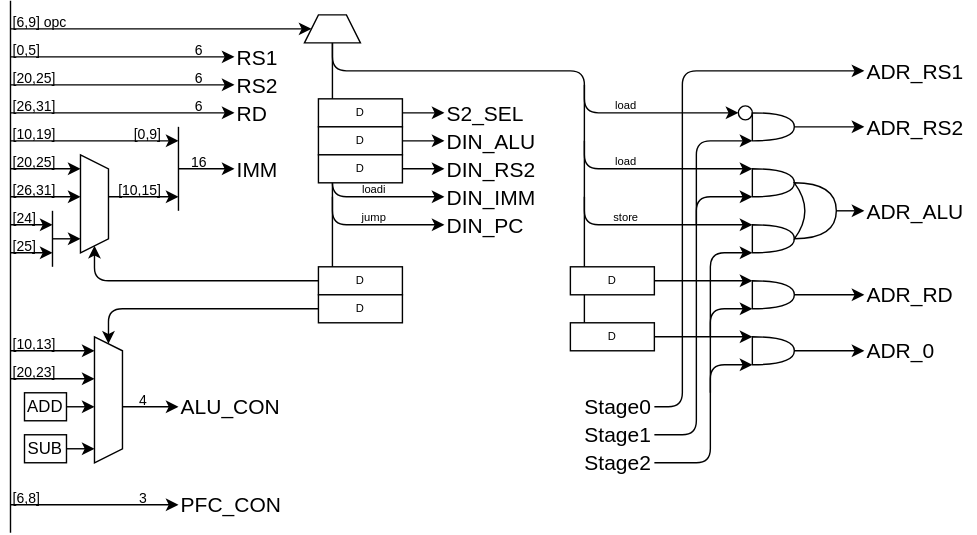
Above: Lab/Computer/Micon/01_CPU/img/decoder.dio.svg in amane-uehara/kanade-k-1228.github.io (draw.io), before the change. Source tidied: cells renumbered, new cells last; positions are measured from the earlier drawing's top-left corner, leaving out a move shared by most shapes.
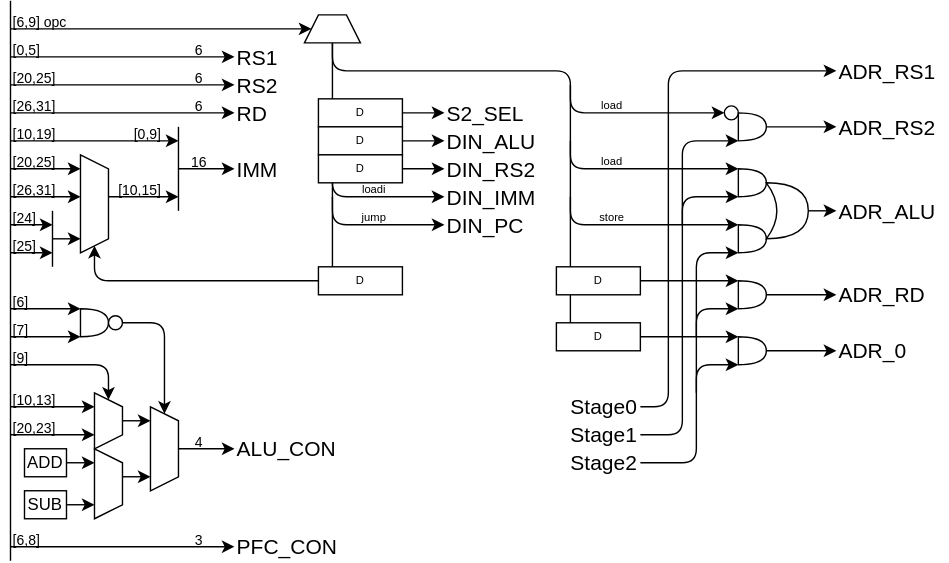
Later version of the same file.

Change to the diagram source:
```diff
@@ -6,6 +6,6 @@
       <mxGeometry relative="1" as="geometry">
-        <mxPoint x="410" y="250" as="sourcePoint" />
+        <mxPoint x="400" y="250" as="sourcePoint" />
         <mxPoint x="230" y="30" as="targetPoint" />
         <Array as="points">
-          <mxPoint x="410" y="50" />
+          <mxPoint x="400" y="50" />
           <mxPoint x="230" y="50" />
@@ -16,3 +16,3 @@
       <mxGeometry relative="1" as="geometry">
-        <mxPoint x="230" y="220" as="sourcePoint" />
+        <mxPoint x="230" y="200" as="sourcePoint" />
         <mxPoint x="230" y="30" as="targetPoint" />
@@ -79,7 +79,7 @@
       <mxGeometry relative="1" as="geometry">
-        <mxPoint x="460" y="290" as="sourcePoint" />
-        <mxPoint x="610" y="50" as="targetPoint" />
+        <mxPoint x="450" y="290" as="sourcePoint" />
+        <mxPoint x="590" y="50" as="targetPoint" />
         <Array as="points">
-          <mxPoint x="480" y="290" />
-          <mxPoint x="480" y="50" />
+          <mxPoint x="470" y="290" />
+          <mxPoint x="470" y="50" />
         </Array>
@@ -88,3 +88,3 @@
     <mxCell id="17" value="ADR_RS1" style="text;html=1;strokeColor=none;fillColor=none;align=left;verticalAlign=middle;whiteSpace=wrap;rounded=0;fontSize=15;" parent="1" vertex="1">
-      <mxGeometry x="610" y="40" width="80" height="20" as="geometry" />
+      <mxGeometry x="590" y="40" width="80" height="20" as="geometry" />
     </mxCell>
@@ -95,4 +95,4 @@
       <mxGeometry relative="1" as="geometry">
-        <mxPoint x="80" y="290" as="sourcePoint" />
-        <mxPoint x="120" y="290" as="targetPoint" />
+        <mxPoint x="120" y="320" as="sourcePoint" />
+        <mxPoint x="160" y="320" as="targetPoint" />
       </mxGeometry>
@@ -100,3 +100,3 @@
     <mxCell id="20" value="ALU_CON" style="text;html=1;strokeColor=none;fillColor=none;align=left;verticalAlign=middle;whiteSpace=wrap;rounded=0;fontSize=15;" parent="1" vertex="1">
-      <mxGeometry x="120" y="280" width="80" height="20" as="geometry" />
+      <mxGeometry x="160" y="310" width="80" height="20" as="geometry" />
     </mxCell>
@@ -104,4 +104,4 @@
       <mxGeometry relative="1" as="geometry">
-        <mxPoint y="360" as="sourcePoint" />
-        <mxPoint x="120" y="360" as="targetPoint" />
+        <mxPoint y="390" as="sourcePoint" />
+        <mxPoint x="160" y="390" as="targetPoint" />
       </mxGeometry>
@@ -109,3 +109,3 @@
     <mxCell id="22" value="PFC_CON" style="text;html=1;strokeColor=none;fillColor=none;align=left;verticalAlign=middle;whiteSpace=wrap;rounded=0;fontSize=15;" parent="1" vertex="1">
-      <mxGeometry x="120" y="350" width="80" height="20" as="geometry" />
+      <mxGeometry x="160" y="380" width="80" height="20" as="geometry" />
     </mxCell>
@@ -124,6 +124,6 @@
     <mxCell id="27" value="4" style="text;html=1;strokeColor=none;fillColor=none;align=center;verticalAlign=middle;whiteSpace=wrap;rounded=0;fontSize=10;" parent="1" vertex="1">
-      <mxGeometry x="90" y="280" width="10" height="10" as="geometry" />
+      <mxGeometry x="130" y="310" width="10" height="10" as="geometry" />
     </mxCell>
     <mxCell id="28" value="3" style="text;html=1;strokeColor=none;fillColor=none;align=center;verticalAlign=middle;whiteSpace=wrap;rounded=0;fontSize=10;" parent="1" vertex="1">
-      <mxGeometry x="90" y="350" width="10" height="10" as="geometry" />
+      <mxGeometry x="130" y="380" width="10" height="10" as="geometry" />
     </mxCell>
@@ -131,3 +131,3 @@
       <mxGeometry relative="1" as="geometry">
-        <mxPoint y="380" as="sourcePoint" />
+        <mxPoint y="400" as="sourcePoint" />
         <mxPoint as="targetPoint" />
@@ -214,3 +214,3 @@
     <mxCell id="48" value="[6,8]" style="text;html=1;strokeColor=none;fillColor=none;align=left;verticalAlign=middle;whiteSpace=wrap;rounded=0;fontSize=10;" parent="1" vertex="1">
-      <mxGeometry y="350" width="20" height="10" as="geometry" />
+      <mxGeometry y="380" width="20" height="10" as="geometry" />
     </mxCell>
@@ -218,4 +218,4 @@
       <mxGeometry relative="1" as="geometry">
-        <mxPoint x="560" y="90" as="sourcePoint" />
-        <mxPoint x="610" y="90" as="targetPoint" />
+        <mxPoint x="540" y="90" as="sourcePoint" />
+        <mxPoint x="590" y="90" as="targetPoint" />
       </mxGeometry>
@@ -223,9 +223,9 @@
     <mxCell id="50" value="ADR_RS2" style="text;html=1;strokeColor=none;fillColor=none;align=left;verticalAlign=middle;whiteSpace=wrap;rounded=0;fontSize=15;" parent="1" vertex="1">
-      <mxGeometry x="610" y="80" width="80" height="20" as="geometry" />
+      <mxGeometry x="590" y="80" width="80" height="20" as="geometry" />
     </mxCell>
     <mxCell id="51" value="ADR_RD" style="text;html=1;strokeColor=none;fillColor=none;align=left;verticalAlign=middle;whiteSpace=wrap;rounded=0;fontSize=15;" parent="1" vertex="1">
-      <mxGeometry x="610" y="200" width="80" height="20" as="geometry" />
+      <mxGeometry x="590" y="200" width="80" height="20" as="geometry" />
     </mxCell>
     <mxCell id="52" value="ADR_ALU" style="text;html=1;strokeColor=none;fillColor=none;align=left;verticalAlign=middle;whiteSpace=wrap;rounded=0;fontSize=15;" parent="1" vertex="1">
-      <mxGeometry x="610" y="140" width="80" height="20" as="geometry" />
+      <mxGeometry x="590" y="140" width="80" height="20" as="geometry" />
     </mxCell>
@@ -233,4 +233,4 @@
       <mxGeometry relative="1" as="geometry">
-        <mxPoint x="460" y="240" as="sourcePoint" />
-        <mxPoint x="530" y="240" as="targetPoint" />
+        <mxPoint x="450" y="240" as="sourcePoint" />
+        <mxPoint x="520" y="240" as="targetPoint" />
       </mxGeometry>
@@ -238,3 +238,3 @@
     <mxCell id="54" value="ADR_0" style="text;html=1;strokeColor=none;fillColor=none;align=left;verticalAlign=middle;whiteSpace=wrap;rounded=0;fontSize=15;" parent="1" vertex="1">
-      <mxGeometry x="610" y="240" width="80" height="20" as="geometry" />
+      <mxGeometry x="590" y="240" width="80" height="20" as="geometry" />
     </mxCell>
@@ -262,3 +262,3 @@
     <mxCell id="61" style="shape=trapezoid;perimeter=trapezoidPerimeter;whiteSpace=wrap;html=1;fixedSize=1;direction=south;size=9.999999999999943;" parent="1" vertex="1">
-      <mxGeometry x="60" y="240" width="20" height="90" as="geometry" />
+      <mxGeometry x="60" y="280" width="20" height="40" as="geometry" />
     </mxCell>
@@ -266,4 +266,4 @@
       <mxGeometry relative="1" as="geometry">
-        <mxPoint y="250" as="sourcePoint" />
-        <mxPoint x="60" y="250" as="targetPoint" />
+        <mxPoint y="290" as="sourcePoint" />
+        <mxPoint x="60" y="290" as="targetPoint" />
       </mxGeometry>
@@ -271,6 +271,6 @@
     <mxCell id="63" value="[10,13]" style="text;html=1;strokeColor=none;fillColor=none;align=left;verticalAlign=middle;whiteSpace=wrap;rounded=0;fontSize=10;" parent="1" vertex="1">
-      <mxGeometry y="240" width="40" height="10" as="geometry" />
+      <mxGeometry y="280" width="40" height="10" as="geometry" />
     </mxCell>
     <mxCell id="64" value="[20,23]" style="text;html=1;strokeColor=none;fillColor=none;align=left;verticalAlign=middle;whiteSpace=wrap;rounded=0;fontSize=10;" parent="1" vertex="1">
-      <mxGeometry y="260" width="40" height="10" as="geometry" />
+      <mxGeometry y="300" width="40" height="10" as="geometry" />
     </mxCell>
@@ -278,4 +278,4 @@
       <mxGeometry relative="1" as="geometry">
-        <mxPoint y="270" as="sourcePoint" />
-        <mxPoint x="60" y="270" as="targetPoint" />
+        <mxPoint y="310" as="sourcePoint" />
+        <mxPoint x="60" y="310" as="targetPoint" />
       </mxGeometry>
@@ -284,4 +284,4 @@
       <mxGeometry relative="1" as="geometry">
-        <mxPoint x="40" y="290" as="sourcePoint" />
-        <mxPoint x="60" y="290" as="targetPoint" />
+        <mxPoint x="40" y="330" as="sourcePoint" />
+        <mxPoint x="60" y="330" as="targetPoint" />
       </mxGeometry>
@@ -289,3 +289,3 @@
     <mxCell id="67" value="ADD" style="rounded=0;whiteSpace=wrap;html=1;" parent="1" vertex="1">
-      <mxGeometry x="10" y="280" width="30" height="20" as="geometry" />
+      <mxGeometry x="10" y="320" width="30" height="20" as="geometry" />
     </mxCell>
@@ -293,4 +293,4 @@
       <mxGeometry relative="1" as="geometry">
-        <mxPoint x="40" y="320" as="sourcePoint" />
-        <mxPoint x="60" y="320" as="targetPoint" />
+        <mxPoint x="40" y="360" as="sourcePoint" />
+        <mxPoint x="60" y="360" as="targetPoint" />
       </mxGeometry>
@@ -298,3 +298,3 @@
     <mxCell id="69" value="SUB" style="rounded=0;whiteSpace=wrap;html=1;" parent="1" vertex="1">
-      <mxGeometry x="10" y="310" width="30" height="20" as="geometry" />
+      <mxGeometry x="10" y="350" width="30" height="20" as="geometry" />
     </mxCell>
@@ -302,6 +302,6 @@
       <mxGeometry relative="1" as="geometry">
-        <mxPoint x="220" y="220" as="sourcePoint" />
-        <mxPoint x="70" y="245" as="targetPoint" />
+        <mxPoint y="260" as="sourcePoint" />
+        <mxPoint x="70" y="285" as="targetPoint" />
         <Array as="points">
-          <mxPoint x="70" y="220" />
+          <mxPoint x="70" y="260" />
         </Array>
@@ -311,6 +311,6 @@
       <mxGeometry relative="1" as="geometry">
-        <mxPoint x="410" y="60" as="sourcePoint" />
-        <mxPoint x="520" y="80" as="targetPoint" />
+        <mxPoint x="400" y="60" as="sourcePoint" />
+        <mxPoint x="510" y="80" as="targetPoint" />
         <Array as="points">
-          <mxPoint x="410" y="80" />
+          <mxPoint x="400" y="80" />
         </Array>
@@ -319,9 +319,9 @@
     <mxCell id="72" value="load" style="text;html=1;strokeColor=none;fillColor=none;align=center;verticalAlign=middle;whiteSpace=wrap;rounded=0;fontSize=8;" parent="1" vertex="1">
-      <mxGeometry x="430" y="70" width="20" height="10" as="geometry" />
+      <mxGeometry x="420" y="70" width="20" height="10" as="geometry" />
     </mxCell>
     <mxCell id="73" style="ellipse;whiteSpace=wrap;html=1;fontSize=8;" parent="1" vertex="1">
-      <mxGeometry x="520" y="75" width="10" height="10" as="geometry" />
+      <mxGeometry x="510" y="75" width="10" height="10" as="geometry" />
     </mxCell>
     <mxCell id="74" value="load" style="text;html=1;strokeColor=none;fillColor=none;align=center;verticalAlign=middle;whiteSpace=wrap;rounded=0;fontSize=8;" parent="1" vertex="1">
-      <mxGeometry x="430" y="110" width="20" height="10" as="geometry" />
+      <mxGeometry x="420" y="110" width="20" height="10" as="geometry" />
     </mxCell>
@@ -329,6 +329,6 @@
       <mxGeometry relative="1" as="geometry">
-        <mxPoint x="410" y="100" as="sourcePoint" />
-        <mxPoint x="530" y="120" as="targetPoint" />
+        <mxPoint x="400" y="100" as="sourcePoint" />
+        <mxPoint x="520" y="120" as="targetPoint" />
         <Array as="points">
-          <mxPoint x="410" y="120" />
+          <mxPoint x="400" y="120" />
         </Array>
@@ -337,3 +337,3 @@
     <mxCell id="76" value="store" style="text;html=1;strokeColor=none;fillColor=none;align=center;verticalAlign=middle;whiteSpace=wrap;rounded=0;fontSize=8;" parent="1" vertex="1">
-      <mxGeometry x="430" y="150" width="20" height="10" as="geometry" />
+      <mxGeometry x="420" y="150" width="20" height="10" as="geometry" />
     </mxCell>
@@ -391,3 +391,3 @@
     <mxCell id="87" value="D" style="rounded=0;whiteSpace=wrap;html=1;fontSize=8;" parent="1" vertex="1">
-      <mxGeometry x="400" y="190" width="60" height="20" as="geometry" />
+      <mxGeometry x="390" y="190" width="60" height="20" as="geometry" />
     </mxCell>
@@ -395,7 +395,7 @@
       <mxGeometry relative="1" as="geometry">
-        <mxPoint x="460" y="310" as="sourcePoint" />
-        <mxPoint x="530" y="100" as="targetPoint" />
+        <mxPoint x="450" y="310" as="sourcePoint" />
+        <mxPoint x="520" y="100" as="targetPoint" />
         <Array as="points">
-          <mxPoint x="490" y="310" />
-          <mxPoint x="490" y="100" />
+          <mxPoint x="480" y="310" />
+          <mxPoint x="480" y="100" />
         </Array>
@@ -404,15 +404,15 @@
     <mxCell id="89" style="shape=or;whiteSpace=wrap;html=1;fontSize=8;" parent="1" vertex="1">
-      <mxGeometry x="530" y="80" width="30" height="20" as="geometry" />
+      <mxGeometry x="520" y="80" width="20" height="20" as="geometry" />
     </mxCell>
     <mxCell id="90" style="shape=or;whiteSpace=wrap;html=1;fontSize=8;" parent="1" vertex="1">
-      <mxGeometry x="530" y="120" width="30" height="20" as="geometry" />
+      <mxGeometry x="520" y="120" width="20" height="20" as="geometry" />
     </mxCell>
     <mxCell id="91" style="shape=or;whiteSpace=wrap;html=1;fontSize=8;" parent="1" vertex="1">
-      <mxGeometry x="530" y="200" width="30" height="20" as="geometry" />
+      <mxGeometry x="520" y="200" width="20" height="20" as="geometry" />
     </mxCell>
     <mxCell id="92" style="shape=or;whiteSpace=wrap;html=1;fontSize=8;" parent="1" vertex="1">
-      <mxGeometry x="530" y="240" width="30" height="20" as="geometry" />
+      <mxGeometry x="520" y="240" width="20" height="20" as="geometry" />
     </mxCell>
     <mxCell id="93" value="Stage1" style="text;html=1;strokeColor=none;fillColor=none;align=right;verticalAlign=middle;whiteSpace=wrap;rounded=0;fontSize=15;" parent="1" vertex="1">
-      <mxGeometry x="410" y="300" width="50" height="20" as="geometry" />
+      <mxGeometry x="400" y="300" width="50" height="20" as="geometry" />
     </mxCell>
@@ -420,6 +420,6 @@
       <mxGeometry relative="1" as="geometry">
-        <mxPoint x="490" y="160" as="sourcePoint" />
-        <mxPoint x="530" y="140" as="targetPoint" />
+        <mxPoint x="480" y="160" as="sourcePoint" />
+        <mxPoint x="520" y="140" as="targetPoint" />
         <Array as="points">
-          <mxPoint x="490" y="140" />
+          <mxPoint x="480" y="140" />
         </Array>
@@ -429,7 +429,7 @@
       <mxGeometry relative="1" as="geometry">
-        <mxPoint x="460" y="330" as="sourcePoint" />
-        <mxPoint x="530" y="180" as="targetPoint" />
+        <mxPoint x="450" y="330" as="sourcePoint" />
+        <mxPoint x="520" y="180" as="targetPoint" />
         <Array as="points">
-          <mxPoint x="500" y="330" />
-          <mxPoint x="500" y="180" />
+          <mxPoint x="490" y="330" />
+          <mxPoint x="490" y="180" />
         </Array>
@@ -439,6 +439,6 @@
       <mxGeometry relative="1" as="geometry">
-        <mxPoint x="500" y="240" as="sourcePoint" />
-        <mxPoint x="530" y="220" as="targetPoint" />
+        <mxPoint x="490" y="240" as="sourcePoint" />
+        <mxPoint x="520" y="220" as="targetPoint" />
         <Array as="points">
-          <mxPoint x="500" y="220" />
+          <mxPoint x="490" y="220" />
         </Array>
@@ -448,6 +448,6 @@
       <mxGeometry relative="1" as="geometry">
-        <mxPoint x="500" y="280" as="sourcePoint" />
-        <mxPoint x="530" y="260" as="targetPoint" />
+        <mxPoint x="490" y="280" as="sourcePoint" />
+        <mxPoint x="520" y="260" as="targetPoint" />
         <Array as="points">
-          <mxPoint x="500" y="260" />
+          <mxPoint x="490" y="260" />
         </Array>
@@ -456,6 +456,6 @@
     <mxCell id="98" style="shape=or;whiteSpace=wrap;html=1;fontSize=8;" parent="1" vertex="1">
-      <mxGeometry x="530" y="160" width="30" height="20" as="geometry" />
+      <mxGeometry x="520" y="160" width="20" height="20" as="geometry" />
     </mxCell>
     <mxCell id="99" style="shape=xor;whiteSpace=wrap;html=1;fontSize=8;" parent="1" vertex="1">
-      <mxGeometry x="560" y="130" width="30" height="40" as="geometry" />
+      <mxGeometry x="540" y="130" width="30" height="40" as="geometry" />
     </mxCell>
@@ -463,4 +463,4 @@
       <mxGeometry relative="1" as="geometry">
-        <mxPoint x="590" y="150" as="sourcePoint" />
-        <mxPoint x="610" y="150" as="targetPoint" />
+        <mxPoint x="570" y="150" as="sourcePoint" />
+        <mxPoint x="590" y="150" as="targetPoint" />
       </mxGeometry>
@@ -469,4 +469,4 @@
       <mxGeometry relative="1" as="geometry">
-        <mxPoint x="560" y="210" as="sourcePoint" />
-        <mxPoint x="610" y="210" as="targetPoint" />
+        <mxPoint x="540" y="210" as="sourcePoint" />
+        <mxPoint x="590" y="210" as="targetPoint" />
       </mxGeometry>
@@ -475,4 +475,4 @@
       <mxGeometry relative="1" as="geometry">
-        <mxPoint x="560" y="250" as="sourcePoint" />
-        <mxPoint x="610" y="250" as="targetPoint" />
+        <mxPoint x="540" y="250" as="sourcePoint" />
+        <mxPoint x="590" y="250" as="targetPoint" />
       </mxGeometry>
@@ -481,6 +481,6 @@
       <mxGeometry relative="1" as="geometry">
-        <mxPoint x="410" y="140" as="sourcePoint" />
-        <mxPoint x="530" y="160" as="targetPoint" />
+        <mxPoint x="400" y="140" as="sourcePoint" />
+        <mxPoint x="520" y="160" as="targetPoint" />
         <Array as="points">
-          <mxPoint x="410" y="160" />
+          <mxPoint x="400" y="160" />
         </Array>
@@ -489,3 +489,3 @@
     <mxCell id="104" value="D" style="rounded=0;whiteSpace=wrap;html=1;fontSize=8;" parent="1" vertex="1">
-      <mxGeometry x="400" y="230" width="60" height="20" as="geometry" />
+      <mxGeometry x="390" y="230" width="60" height="20" as="geometry" />
     </mxCell>
@@ -493,4 +493,4 @@
       <mxGeometry relative="1" as="geometry">
-        <mxPoint x="460" y="200" as="sourcePoint" />
-        <mxPoint x="530" y="200" as="targetPoint" />
+        <mxPoint x="450" y="200" as="sourcePoint" />
+        <mxPoint x="520" y="200" as="targetPoint" />
       </mxGeometry>
@@ -500,11 +500,62 @@
     </mxCell>
-    <mxCell id="107" value="D" style="rounded=0;whiteSpace=wrap;html=1;fontSize=8;" parent="1" vertex="1">
-      <mxGeometry x="220" y="210" width="60" height="20" as="geometry" />
-    </mxCell>
     <mxCell id="108" value="Stage2" style="text;html=1;strokeColor=none;fillColor=none;align=right;verticalAlign=middle;whiteSpace=wrap;rounded=0;fontSize=15;" parent="1" vertex="1">
-      <mxGeometry x="410" y="320" width="50" height="20" as="geometry" />
+      <mxGeometry x="400" y="320" width="50" height="20" as="geometry" />
     </mxCell>
     <mxCell id="109" value="Stage0" style="text;html=1;strokeColor=none;fillColor=none;align=right;verticalAlign=middle;whiteSpace=wrap;rounded=0;fontSize=15;" parent="1" vertex="1">
-      <mxGeometry x="410" y="280" width="50" height="20" as="geometry" />
+      <mxGeometry x="400" y="280" width="50" height="20" as="geometry" />
     </mxCell>
+    <mxCell id="110" value="[9]" style="text;html=1;strokeColor=none;fillColor=none;align=left;verticalAlign=middle;whiteSpace=wrap;rounded=0;fontSize=10;" parent="1" vertex="1">
+      <mxGeometry y="250" width="20" height="10" as="geometry" />
+    </mxCell>
+    <mxCell id="111" style="shape=trapezoid;perimeter=trapezoidPerimeter;whiteSpace=wrap;html=1;fixedSize=1;direction=south;size=9.999999999999943;" parent="1" vertex="1">
+      <mxGeometry x="60" y="320" width="20" height="50" as="geometry" />
+    </mxCell>
+    <mxCell id="112" style="shape=trapezoid;perimeter=trapezoidPerimeter;whiteSpace=wrap;html=1;fixedSize=1;direction=south;size=9.999999999999943;" parent="1" vertex="1">
+      <mxGeometry x="100" y="290" width="20" height="60" as="geometry" />
+    </mxCell>
+    <mxCell id="113" style="endArrow=classic;html=1;" parent="1" edge="1">
+      <mxGeometry relative="1" as="geometry">
+        <mxPoint x="80" y="300" as="sourcePoint" />
+        <mxPoint x="100" y="300" as="targetPoint" />
+      </mxGeometry>
+    </mxCell>
+    <mxCell id="114" style="endArrow=classic;html=1;" parent="1" edge="1">
+      <mxGeometry relative="1" as="geometry">
+        <mxPoint x="80" y="340" as="sourcePoint" />
+        <mxPoint x="100" y="340" as="targetPoint" />
+      </mxGeometry>
+    </mxCell>
+    <mxCell id="115" style="endArrow=classic;html=1;" parent="1" edge="1">
+      <mxGeometry relative="1" as="geometry">
+        <mxPoint y="220" as="sourcePoint" />
+        <mxPoint x="50" y="220" as="targetPoint" />
+      </mxGeometry>
+    </mxCell>
+    <mxCell id="116" value="[6]" style="text;html=1;strokeColor=none;fillColor=none;align=left;verticalAlign=middle;whiteSpace=wrap;rounded=0;fontSize=10;" parent="1" vertex="1">
+      <mxGeometry y="210" width="20" height="10" as="geometry" />
+    </mxCell>
+    <mxCell id="117" style="shape=or;whiteSpace=wrap;html=1;fontSize=5;direction=east;" parent="1" vertex="1">
+      <mxGeometry x="50" y="220" width="20" height="20" as="geometry" />
+    </mxCell>
+    <mxCell id="118" style="ellipse;whiteSpace=wrap;html=1;fontSize=5;" parent="1" vertex="1">
+      <mxGeometry x="70" y="225" width="10" height="10" as="geometry" />
+    </mxCell>
+    <mxCell id="119" style="endArrow=classic;html=1;" parent="1" edge="1">
+      <mxGeometry relative="1" as="geometry">
+        <mxPoint x="80" y="230" as="sourcePoint" />
+        <mxPoint x="110" y="295" as="targetPoint" />
+        <Array as="points">
+          <mxPoint x="110" y="230" />
+        </Array>
+      </mxGeometry>
+    </mxCell>
+    <mxCell id="120" style="endArrow=classic;html=1;" parent="1" edge="1">
+      <mxGeometry relative="1" as="geometry">
+        <mxPoint y="240" as="sourcePoint" />
+        <mxPoint x="50" y="240" as="targetPoint" />
+      </mxGeometry>
+    </mxCell>
+    <mxCell id="121" value="[7]" style="text;html=1;strokeColor=none;fillColor=none;align=left;verticalAlign=middle;whiteSpace=wrap;rounded=0;fontSize=10;" parent="1" vertex="1">
+      <mxGeometry y="230" width="20" height="10" as="geometry" />
+    </mxCell>
   </root>
```
